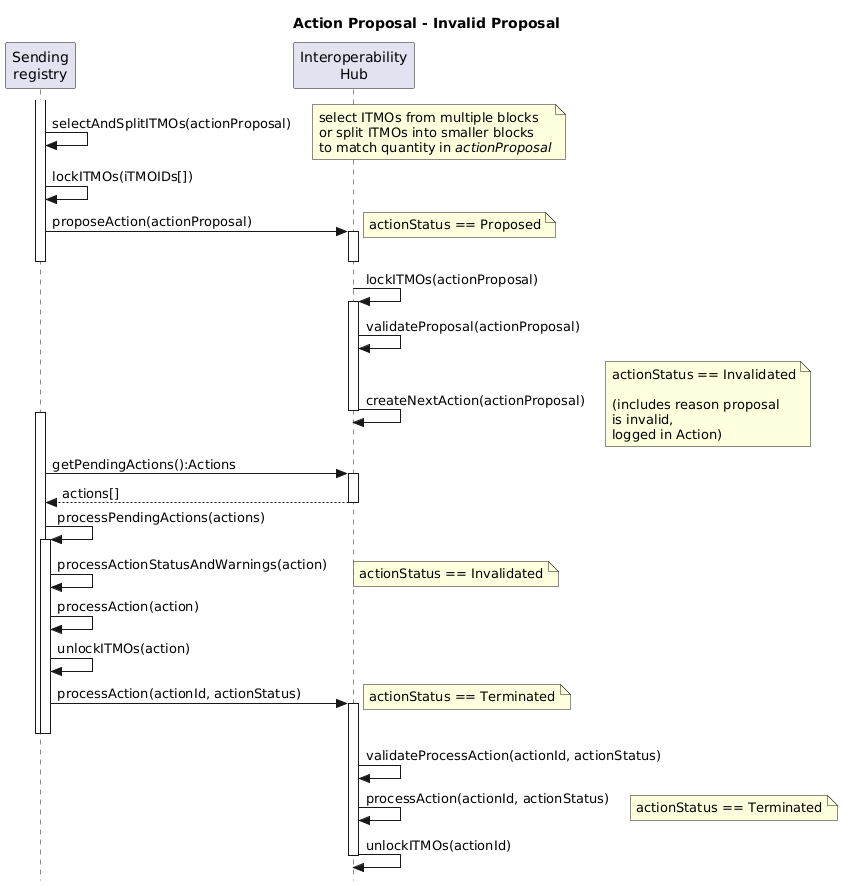
frankcnng/CARP keeps this PlantUML diagram as diagrams/actionProposal_Invalid_Sequence.png. Above is the earlier version.
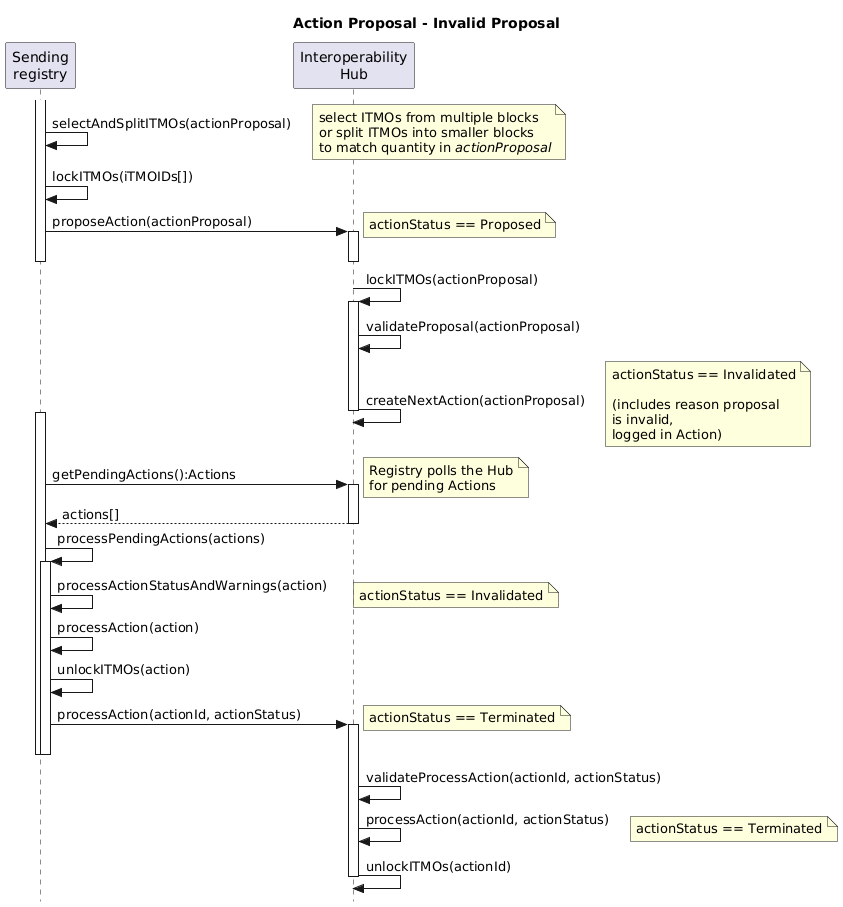
Above is the later version.

Commit message:
Commit from GitHub Actions (Run linters and build artifacts)

Change to the diagram source:
```diff
@@ -17,31 +17,33 @@
 deactivate Sender
 deactivate Hub
 
-  Hub -> Hub++: lockITMOs(actionProposal)
-  Hub -> Hub: validateProposal(actionProposal)
-  Hub -> Hub--: createNextAction(actionProposal)
-  note right: actionStatus == Invalidated\n\n(includes reason proposal\nis invalid,\nlogged in Action)
+Hub -> Hub++: lockITMOs(actionProposal)
+Hub -> Hub: validateProposal(actionProposal)
+Hub -> Hub--: createNextAction(actionProposal)
+note right: actionStatus == Invalidated\n\n(includes reason proposal\nis invalid,\nlogged in Action)
 
-  activate Sender
-  Sender -> Hub++ : getPendingActions():Actions
-  Sender <-- Hub: actions[]
-  deactivate Hub
+activate Sender
+Sender -> Hub++ : getPendingActions():Actions
+note right: Registry polls the Hub\nfor pending Actions
 
-  Sender -> Sender: processPendingActions(actions)
-  activate Sender
-  Sender -> Sender: processActionStatusAndWarnings(action)
-  note right: actionStatus == Invalidated
+Sender <-- Hub: actions[]
+deactivate Hub
 
-  Sender -> Sender: processAction(action)
-  Sender -> Sender: unlockITMOs(action)
+Sender -> Sender: processPendingActions(actions)
+activate Sender
+Sender -> Sender: processActionStatusAndWarnings(action)
+note right: actionStatus == Invalidated
 
-    Sender -> Hub++: processAction(actionId, actionStatus)
-    note right: actionStatus == Terminated
-    deactivate Sender
-    deactivate Sender
-    Hub -> Hub: validateProcessAction(actionId, actionStatus)
-    Hub -> Hub: processAction(actionId, actionStatus)
-    note right: actionStatus == Terminated
-    Hub -> Hub--: unlockITMOs(actionId)
+Sender -> Sender: processAction(action)
+Sender -> Sender: unlockITMOs(action)
+
+Sender -> Hub++: processAction(actionId, actionStatus)
+note right: actionStatus == Terminated
+deactivate Sender
+deactivate Sender
+Hub -> Hub: validateProcessAction(actionId, actionStatus)
+Hub -> Hub: processAction(actionId, actionStatus)
+note right: actionStatus == Terminated
+Hub -> Hub--: unlockITMOs(actionId)
 
 @enduml
```
